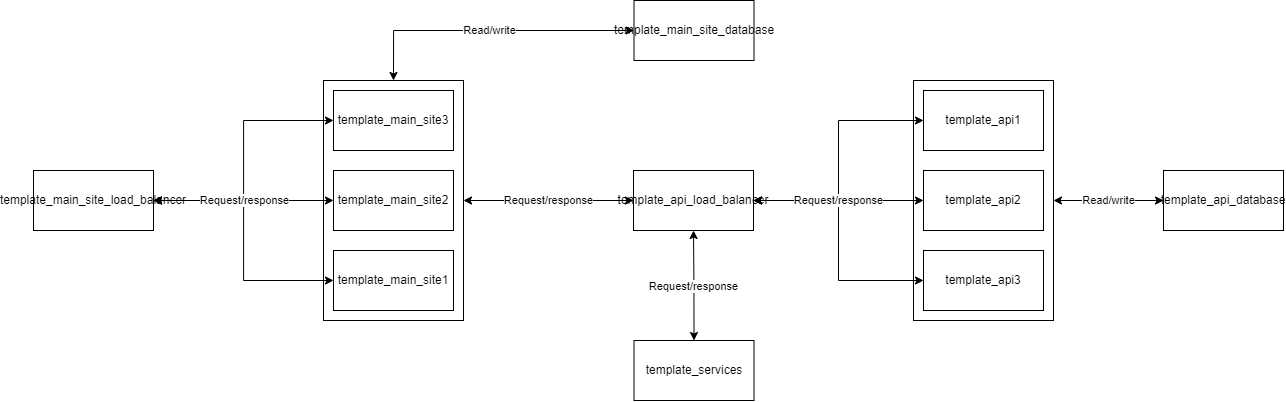
BrunoLanconi/desafioBold keeps this draw.io diagram as imgs/solution_structure.png. Above is the earlier version. Source tidied: cells renumbered, new cells last; positions are measured from the earlier drawing's top-left corner, leaving out a move shared by most shapes. The source it was exported from:
```xml
<mxGraphModel>
  <root>
    <mxCell id="0" />
    <mxCell id="1" parent="0" />
    <mxCell id="2" value="Read/write" style="edgeStyle=orthogonalEdgeStyle;rounded=0;jettySize=auto;html=1;entryX=0;entryY=0.5;entryDx=0;entryDy=0;startArrow=classic;startFill=1;" parent="1" edge="1" source="3" target="7">
      <mxGeometry relative="1" as="geometry" />
    </mxCell>
    <mxCell id="3" style="rounded=0;whiteSpace=wrap;html=1;" parent="1" vertex="1">
      <mxGeometry x="880" y="80" width="140" height="240" as="geometry" />
    </mxCell>
    <mxCell id="4" value="Read/write" style="edgeStyle=orthogonalEdgeStyle;rounded=0;jettySize=auto;html=1;entryX=0;entryY=0.5;entryDx=0;entryDy=0;exitX=0.5;exitY=0;exitDx=0;exitDy=0;startArrow=classic;startFill=1;" parent="1" edge="1" source="6" target="16">
      <mxGeometry relative="1" as="geometry" />
    </mxCell>
    <mxCell id="5" value="Request/response" style="edgeStyle=orthogonalEdgeStyle;rounded=0;jettySize=auto;html=1;entryX=0;entryY=0.5;entryDx=0;entryDy=0;startArrow=classic;startFill=1;exitX=1;exitY=0.5;exitDx=0;exitDy=0;" parent="1" edge="1" source="6" target="13">
      <mxGeometry relative="1" as="geometry" />
    </mxCell>
    <mxCell id="6" style="rounded=0;whiteSpace=wrap;html=1;" parent="1" vertex="1">
      <mxGeometry x="290" y="80" width="140" height="240" as="geometry" />
    </mxCell>
    <mxCell id="7" value="template_api_database" style="rounded=0;whiteSpace=wrap;html=1;" parent="1" vertex="1">
      <mxGeometry x="1130" y="170" width="120" height="60" as="geometry" />
    </mxCell>
    <mxCell id="8" value="template_api1" style="rounded=0;whiteSpace=wrap;html=1;" parent="1" vertex="1">
      <mxGeometry x="890" y="90" width="120" height="60" as="geometry" />
    </mxCell>
    <mxCell id="9" value="template_api2" style="rounded=0;whiteSpace=wrap;html=1;" parent="1" vertex="1">
      <mxGeometry x="890" y="170" width="120" height="60" as="geometry" />
    </mxCell>
    <mxCell id="10" value="template_api3" style="rounded=0;whiteSpace=wrap;html=1;" parent="1" vertex="1">
      <mxGeometry x="890" y="250" width="120" height="60" as="geometry" />
    </mxCell>
    <mxCell id="11" style="edgeStyle=orthogonalEdgeStyle;rounded=0;jettySize=auto;html=1;exitX=1;exitY=0.5;exitDx=0;exitDy=0;entryX=0;entryY=0.5;entryDx=0;entryDy=0;startArrow=classic;startFill=1;" parent="1" edge="1" source="13" target="10">
      <mxGeometry relative="1" as="geometry" />
    </mxCell>
    <mxCell id="12" style="edgeStyle=orthogonalEdgeStyle;rounded=0;jettySize=auto;html=1;exitX=1;exitY=0.5;exitDx=0;exitDy=0;entryX=0;entryY=0.5;entryDx=0;entryDy=0;startArrow=classic;startFill=1;" parent="1" edge="1" source="13" target="8">
      <mxGeometry relative="1" as="geometry" />
    </mxCell>
    <mxCell id="13" value="template_api_load_balancer" style="rounded=0;whiteSpace=wrap;html=1;" parent="1" vertex="1">
      <mxGeometry x="600" y="170" width="120" height="60" as="geometry" />
    </mxCell>
    <mxCell id="14" value="Request/response" style="edgeStyle=orthogonalEdgeStyle;rounded=0;jettySize=auto;html=1;exitX=0.5;exitY=0;exitDx=0;exitDy=0;entryX=0.5;entryY=1;entryDx=0;entryDy=0;startArrow=classic;startFill=1;" parent="1" edge="1" source="15" target="13">
      <mxGeometry relative="1" as="geometry" />
    </mxCell>
    <mxCell id="15" value="template_services" style="rounded=0;whiteSpace=wrap;html=1;" parent="1" vertex="1">
      <mxGeometry x="600.5" y="340" width="120" height="60" as="geometry" />
    </mxCell>
    <mxCell id="16" value="template_main_site_database" style="rounded=0;whiteSpace=wrap;html=1;" parent="1" vertex="1">
      <mxGeometry x="600.5" width="120" height="60" as="geometry" />
    </mxCell>
    <mxCell id="17" value="template_main_site1" style="rounded=0;whiteSpace=wrap;html=1;" parent="1" vertex="1">
      <mxGeometry x="300" y="250" width="120" height="60" as="geometry" />
    </mxCell>
    <mxCell id="18" value="template_main_site2" style="rounded=0;whiteSpace=wrap;html=1;" parent="1" vertex="1">
      <mxGeometry x="300" y="170" width="120" height="60" as="geometry" />
    </mxCell>
    <mxCell id="19" value="template_main_site3" style="rounded=0;whiteSpace=wrap;html=1;" parent="1" vertex="1">
      <mxGeometry x="300" y="90" width="120" height="60" as="geometry" />
    </mxCell>
    <mxCell id="20" style="edgeStyle=orthogonalEdgeStyle;rounded=0;jettySize=auto;html=1;exitX=1;exitY=0.5;exitDx=0;exitDy=0;entryX=0;entryY=0.5;entryDx=0;entryDy=0;startArrow=classic;startFill=1;" parent="1" edge="1" source="22" target="17">
      <mxGeometry relative="1" as="geometry" />
    </mxCell>
    <mxCell id="21" style="edgeStyle=orthogonalEdgeStyle;rounded=0;jettySize=auto;html=1;exitX=1;exitY=0.5;exitDx=0;exitDy=0;entryX=0;entryY=0.5;entryDx=0;entryDy=0;startArrow=classic;startFill=1;" parent="1" edge="1" source="22" target="19">
      <mxGeometry relative="1" as="geometry" />
    </mxCell>
    <mxCell id="22" value="template_main_site_load_balancer" style="rounded=0;whiteSpace=wrap;html=1;" parent="1" vertex="1">
      <mxGeometry y="170" width="120" height="60" as="geometry" />
    </mxCell>
    <mxCell id="23" value="Request/response" style="edgeStyle=orthogonalEdgeStyle;rounded=0;jettySize=auto;html=1;exitX=1;exitY=0.5;exitDx=0;exitDy=0;entryX=0;entryY=0.5;entryDx=0;entryDy=0;startArrow=classic;startFill=1;" parent="1" edge="1" source="22" target="18">
      <mxGeometry relative="1" as="geometry" />
    </mxCell>
    <mxCell id="24" value="Request/response" style="edgeStyle=orthogonalEdgeStyle;rounded=0;jettySize=auto;html=1;exitX=1;exitY=0.5;exitDx=0;exitDy=0;entryX=0;entryY=0.5;entryDx=0;entryDy=0;startArrow=classic;startFill=1;" parent="1" edge="1" source="13" target="9">
      <mxGeometry relative="1" as="geometry" />
    </mxCell>
  </root>
</mxGraphModel>
```
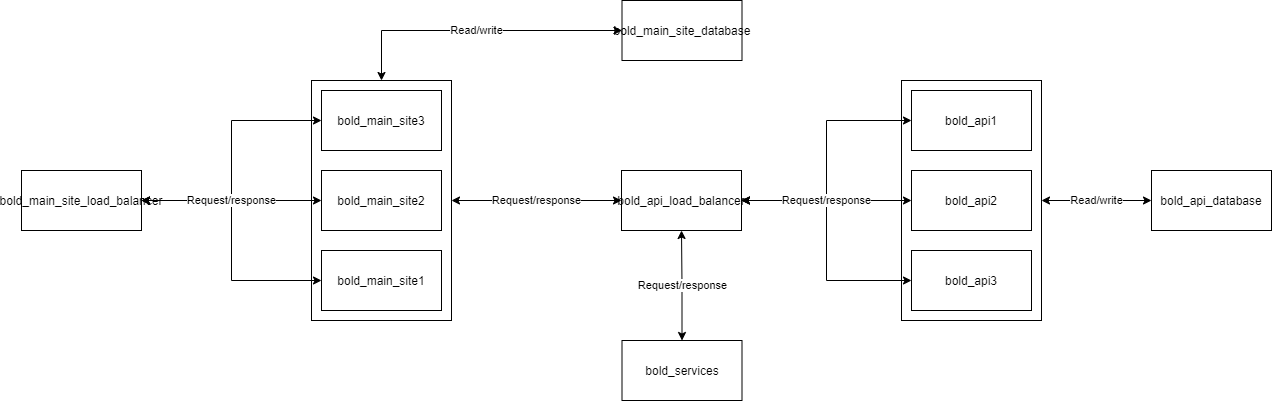
After the change.

Change to the diagram source:
```diff
@@ -17,16 +17,16 @@
     <mxCell id="6" style="rounded=0;whiteSpace=wrap;html=1;" parent="1" vertex="1">
       <mxGeometry x="290" y="80" width="140" height="240" as="geometry" />
     </mxCell>
-    <mxCell id="7" value="template_api_database" style="rounded=0;whiteSpace=wrap;html=1;" parent="1" vertex="1">
+    <mxCell id="7" value="bold_api_database" style="rounded=0;whiteSpace=wrap;html=1;" parent="1" vertex="1">
       <mxGeometry x="1130" y="170" width="120" height="60" as="geometry" />
     </mxCell>
-    <mxCell id="8" value="template_api1" style="rounded=0;whiteSpace=wrap;html=1;" parent="1" vertex="1">
+    <mxCell id="8" value="bold_api1" style="rounded=0;whiteSpace=wrap;html=1;" parent="1" vertex="1">
       <mxGeometry x="890" y="90" width="120" height="60" as="geometry" />
     </mxCell>
-    <mxCell id="9" value="template_api2" style="rounded=0;whiteSpace=wrap;html=1;" parent="1" vertex="1">
+    <mxCell id="9" value="bold_api2" style="rounded=0;whiteSpace=wrap;html=1;" parent="1" vertex="1">
       <mxGeometry x="890" y="170" width="120" height="60" as="geometry" />
     </mxCell>
-    <mxCell id="10" value="template_api3" style="rounded=0;whiteSpace=wrap;html=1;" parent="1" vertex="1">
+    <mxCell id="10" value="bold_api3" style="rounded=0;whiteSpace=wrap;html=1;" parent="1" vertex="1">
       <mxGeometry x="890" y="250" width="120" height="60" as="geometry" />
     </mxCell>
     <mxCell id="11" style="edgeStyle=orthogonalEdgeStyle;rounded=0;jettySize=auto;html=1;exitX=1;exitY=0.5;exitDx=0;exitDy=0;entryX=0;entryY=0.5;entryDx=0;entryDy=0;startArrow=classic;startFill=1;" parent="1" edge="1" source="13" target="10">
@@ -35,25 +35,25 @@
     <mxCell id="12" style="edgeStyle=orthogonalEdgeStyle;rounded=0;jettySize=auto;html=1;exitX=1;exitY=0.5;exitDx=0;exitDy=0;entryX=0;entryY=0.5;entryDx=0;entryDy=0;startArrow=classic;startFill=1;" parent="1" edge="1" source="13" target="8">
       <mxGeometry relative="1" as="geometry" />
     </mxCell>
-    <mxCell id="13" value="template_api_load_balancer" style="rounded=0;whiteSpace=wrap;html=1;" parent="1" vertex="1">
+    <mxCell id="13" value="bold_api_load_balancer" style="rounded=0;whiteSpace=wrap;html=1;" parent="1" vertex="1">
       <mxGeometry x="600" y="170" width="120" height="60" as="geometry" />
     </mxCell>
     <mxCell id="14" value="Request/response" style="edgeStyle=orthogonalEdgeStyle;rounded=0;jettySize=auto;html=1;exitX=0.5;exitY=0;exitDx=0;exitDy=0;entryX=0.5;entryY=1;entryDx=0;entryDy=0;startArrow=classic;startFill=1;" parent="1" edge="1" source="15" target="13">
       <mxGeometry relative="1" as="geometry" />
     </mxCell>
-    <mxCell id="15" value="template_services" style="rounded=0;whiteSpace=wrap;html=1;" parent="1" vertex="1">
+    <mxCell id="15" value="bold_services" style="rounded=0;whiteSpace=wrap;html=1;" parent="1" vertex="1">
       <mxGeometry x="600.5" y="340" width="120" height="60" as="geometry" />
     </mxCell>
-    <mxCell id="16" value="template_main_site_database" style="rounded=0;whiteSpace=wrap;html=1;" parent="1" vertex="1">
+    <mxCell id="16" value="bold_main_site_database" style="rounded=0;whiteSpace=wrap;html=1;" parent="1" vertex="1">
       <mxGeometry x="600.5" width="120" height="60" as="geometry" />
     </mxCell>
-    <mxCell id="17" value="template_main_site1" style="rounded=0;whiteSpace=wrap;html=1;" parent="1" vertex="1">
+    <mxCell id="17" value="bold_main_site1" style="rounded=0;whiteSpace=wrap;html=1;" parent="1" vertex="1">
       <mxGeometry x="300" y="250" width="120" height="60" as="geometry" />
     </mxCell>
-    <mxCell id="18" value="template_main_site2" style="rounded=0;whiteSpace=wrap;html=1;" parent="1" vertex="1">
+    <mxCell id="18" value="bold_main_site2" style="rounded=0;whiteSpace=wrap;html=1;" parent="1" vertex="1">
       <mxGeometry x="300" y="170" width="120" height="60" as="geometry" />
     </mxCell>
-    <mxCell id="19" value="template_main_site3" style="rounded=0;whiteSpace=wrap;html=1;" parent="1" vertex="1">
+    <mxCell id="19" value="bold_main_site3" style="rounded=0;whiteSpace=wrap;html=1;" parent="1" vertex="1">
       <mxGeometry x="300" y="90" width="120" height="60" as="geometry" />
     </mxCell>
     <mxCell id="20" style="edgeStyle=orthogonalEdgeStyle;rounded=0;jettySize=auto;html=1;exitX=1;exitY=0.5;exitDx=0;exitDy=0;entryX=0;entryY=0.5;entryDx=0;entryDy=0;startArrow=classic;startFill=1;" parent="1" edge="1" source="22" target="17">
@@ -62,7 +62,7 @@
     <mxCell id="21" style="edgeStyle=orthogonalEdgeStyle;rounded=0;jettySize=auto;html=1;exitX=1;exitY=0.5;exitDx=0;exitDy=0;entryX=0;entryY=0.5;entryDx=0;entryDy=0;startArrow=classic;startFill=1;" parent="1" edge="1" source="22" target="19">
       <mxGeometry relative="1" as="geometry" />
     </mxCell>
-    <mxCell id="22" value="template_main_site_load_balancer" style="rounded=0;whiteSpace=wrap;html=1;" parent="1" vertex="1">
+    <mxCell id="22" value="bold_main_site_load_balancer" style="rounded=0;whiteSpace=wrap;html=1;" parent="1" vertex="1">
       <mxGeometry y="170" width="120" height="60" as="geometry" />
     </mxCell>
     <mxCell id="23" value="Request/response" style="edgeStyle=orthogonalEdgeStyle;rounded=0;jettySize=auto;html=1;exitX=1;exitY=0.5;exitDx=0;exitDy=0;entryX=0;entryY=0.5;entryDx=0;entryDy=0;startArrow=classic;startFill=1;" parent="1" edge="1" source="22" target="18">
```
